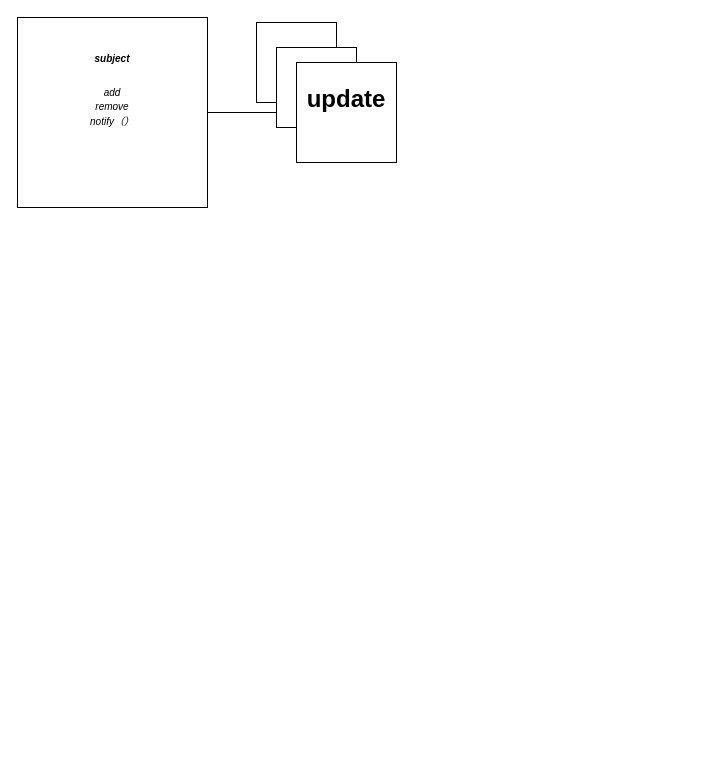
Above: public/未命名绘图.drawio in corn12138/material-kit-react (draw.io), before the change. Source tidied: cells renumbered, new cells numbered last; positions are measured from the earlier drawing's top-left corner, leaving out a move shared by most shapes. Both pictures are drawn from the tidied source at 100%, with x=0, y=0 at pixel (17, 17).
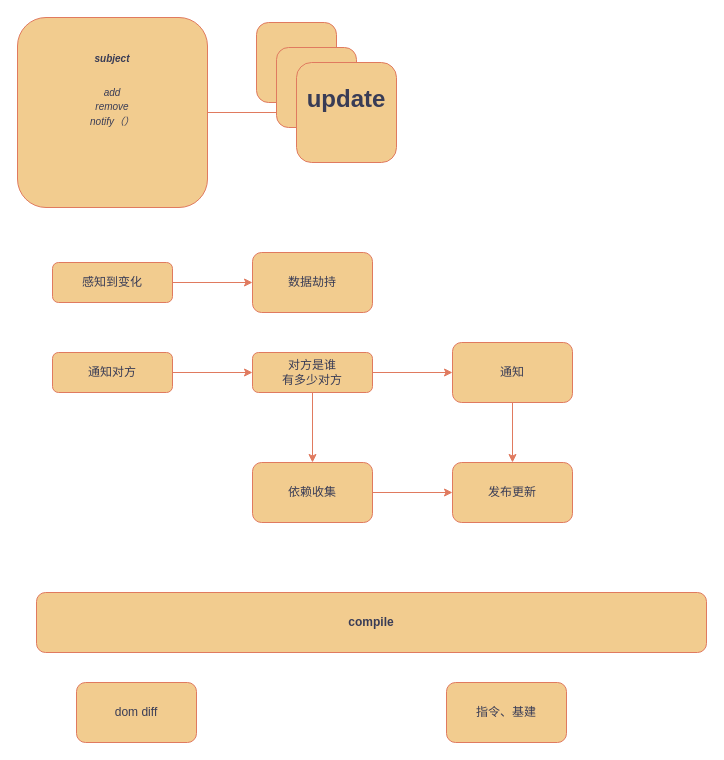
The same diagram, later.

Commit message (it also covers changes not shown here):
更新未命名绘图.drawio

Change to the diagram source:
```diff
@@
-    <mxCell id="2" style="edgeStyle=orthogonalEdgeStyle;rounded=0;jettySize=auto;html=1;" parent="1" edge="1" source="3" target="6">
+    <mxCell id="2" style="edgeStyle=orthogonalEdgeStyle;rounded=1;jettySize=auto;html=1;labelBackgroundColor=none;strokeColor=#E07A5F;fontColor=default;" parent="1" edge="1" source="3" target="6">
       <mxGeometry relative="1" as="geometry" />
     </mxCell>
-    <mxCell id="3" value="&lt;h1 style=&quot;&quot;&gt;&lt;font size=&quot;1&quot; style=&quot;&quot;&gt;&lt;i style=&quot;font-size: 10px;&quot;&gt;subject&lt;/i&gt;&lt;/font&gt;&lt;/h1&gt;&lt;div&gt;&lt;font size=&quot;1&quot; style=&quot;&quot;&gt;&lt;i style=&quot;font-size: 10px;&quot;&gt;add&lt;/i&gt;&lt;/font&gt;&lt;/div&gt;&lt;div&gt;&lt;font size=&quot;1&quot; style=&quot;&quot;&gt;&lt;i style=&quot;font-size: 10px;&quot;&gt;remove&lt;/i&gt;&lt;/font&gt;&lt;/div&gt;&lt;div&gt;&lt;font size=&quot;1&quot; style=&quot;&quot;&gt;&lt;i style=&quot;font-size: 10px;&quot;&gt;notify（）&lt;/i&gt;&lt;/font&gt;&lt;/div&gt;" style="whiteSpace=wrap;html=1;verticalAlign=top;align=center;" parent="1" vertex="1">
+    <mxCell id="3" value="&lt;h1 style=&quot;&quot;&gt;&lt;font size=&quot;1&quot; style=&quot;&quot;&gt;&lt;i style=&quot;font-size: 10px;&quot;&gt;subject&lt;/i&gt;&lt;/font&gt;&lt;/h1&gt;&lt;div&gt;&lt;font size=&quot;1&quot; style=&quot;&quot;&gt;&lt;i style=&quot;font-size: 10px;&quot;&gt;add&lt;/i&gt;&lt;/font&gt;&lt;/div&gt;&lt;div&gt;&lt;font size=&quot;1&quot; style=&quot;&quot;&gt;&lt;i style=&quot;font-size: 10px;&quot;&gt;remove&lt;/i&gt;&lt;/font&gt;&lt;/div&gt;&lt;div&gt;&lt;font size=&quot;1&quot; style=&quot;&quot;&gt;&lt;i style=&quot;font-size: 10px;&quot;&gt;notify（）&lt;/i&gt;&lt;/font&gt;&lt;/div&gt;" style="whiteSpace=wrap;html=1;verticalAlign=top;align=center;rounded=1;labelBackgroundColor=none;fillColor=#F2CC8F;strokeColor=#E07A5F;fontColor=#393C56;" parent="1" vertex="1">
       <mxGeometry width="190" height="190" as="geometry" />
     </mxCell>
-    <mxCell id="4" style="whiteSpace=wrap;html=1;" parent="1" vertex="1">
+    <mxCell id="4" style="whiteSpace=wrap;html=1;rounded=1;labelBackgroundColor=none;fillColor=#F2CC8F;strokeColor=#E07A5F;fontColor=#393C56;" parent="1" vertex="1">
       <mxGeometry x="239" y="5" width="80" height="80" as="geometry" />
     </mxCell>
-    <mxCell id="5" style="whiteSpace=wrap;html=1;" parent="1" vertex="1">
+    <mxCell id="5" style="whiteSpace=wrap;html=1;rounded=1;labelBackgroundColor=none;fillColor=#F2CC8F;strokeColor=#E07A5F;fontColor=#393C56;" parent="1" vertex="1">
       <mxGeometry x="259" y="30" width="80" height="80" as="geometry" />
     </mxCell>
-    <mxCell id="6" value="&lt;h1 style=&quot;&quot;&gt;update&lt;/h1&gt;" style="whiteSpace=wrap;html=1;verticalAlign=top;align=center;" parent="1" vertex="1">
+    <mxCell id="6" value="&lt;h1 style=&quot;&quot;&gt;update&lt;/h1&gt;" style="whiteSpace=wrap;html=1;verticalAlign=top;align=center;rounded=1;labelBackgroundColor=none;fillColor=#F2CC8F;strokeColor=#E07A5F;fontColor=#393C56;" parent="1" vertex="1">
       <mxGeometry x="279" y="45" width="100" height="100" as="geometry" />
     </mxCell>
+    <mxCell id="7" style="edgeStyle=orthogonalEdgeStyle;rounded=1;jettySize=auto;html=1;labelBackgroundColor=none;strokeColor=#E07A5F;fontColor=default;" parent="1" edge="1" source="8" target="9">
+      <mxGeometry relative="1" as="geometry" />
+    </mxCell>
+    <mxCell id="8" value="感知到变化" style="rounded=1;whiteSpace=wrap;html=1;labelBackgroundColor=none;fillColor=#F2CC8F;strokeColor=#E07A5F;fontColor=#393C56;" parent="1" vertex="1">
+      <mxGeometry x="35" y="245" width="120" height="40" as="geometry" />
+    </mxCell>
+    <mxCell id="9" value="数据劫持" style="whiteSpace=wrap;html=1;rounded=1;labelBackgroundColor=none;fillColor=#F2CC8F;strokeColor=#E07A5F;fontColor=#393C56;" parent="1" vertex="1">
+      <mxGeometry x="235" y="235" width="120" height="60" as="geometry" />
+    </mxCell>
+    <mxCell id="10" style="edgeStyle=orthogonalEdgeStyle;rounded=1;jettySize=auto;html=1;labelBackgroundColor=none;strokeColor=#E07A5F;fontColor=default;" parent="1" edge="1" source="11" target="14">
+      <mxGeometry relative="1" as="geometry" />
+    </mxCell>
+    <mxCell id="11" value="通知对方" style="rounded=1;whiteSpace=wrap;html=1;labelBackgroundColor=none;fillColor=#F2CC8F;strokeColor=#E07A5F;fontColor=#393C56;" parent="1" vertex="1">
+      <mxGeometry x="35" y="335" width="120" height="40" as="geometry" />
+    </mxCell>
+    <mxCell id="12" style="edgeStyle=orthogonalEdgeStyle;rounded=1;jettySize=auto;html=1;labelBackgroundColor=none;strokeColor=#E07A5F;fontColor=default;" parent="1" edge="1" source="14" target="16">
+      <mxGeometry relative="1" as="geometry" />
+    </mxCell>
+    <mxCell id="13" style="edgeStyle=orthogonalEdgeStyle;rounded=1;jettySize=auto;html=1;labelBackgroundColor=none;strokeColor=#E07A5F;fontColor=default;" parent="1" edge="1" source="14" target="18">
+      <mxGeometry relative="1" as="geometry" />
+    </mxCell>
+    <mxCell id="14" value="对方是谁&lt;div&gt;有多少对方&lt;/div&gt;" style="rounded=1;whiteSpace=wrap;html=1;labelBackgroundColor=none;fillColor=#F2CC8F;strokeColor=#E07A5F;fontColor=#393C56;" parent="1" vertex="1">
+      <mxGeometry x="235" y="335" width="120" height="40" as="geometry" />
+    </mxCell>
+    <mxCell id="15" style="edgeStyle=orthogonalEdgeStyle;rounded=1;jettySize=auto;html=1;labelBackgroundColor=none;strokeColor=#E07A5F;fontColor=default;" parent="1" edge="1" source="16" target="19">
+      <mxGeometry relative="1" as="geometry" />
+    </mxCell>
+    <mxCell id="16" value="通知" style="whiteSpace=wrap;html=1;rounded=1;labelBackgroundColor=none;fillColor=#F2CC8F;strokeColor=#E07A5F;fontColor=#393C56;" parent="1" vertex="1">
+      <mxGeometry x="435" y="325" width="120" height="60" as="geometry" />
+    </mxCell>
+    <mxCell id="17" style="edgeStyle=orthogonalEdgeStyle;rounded=1;jettySize=auto;html=1;labelBackgroundColor=none;strokeColor=#E07A5F;fontColor=default;" parent="1" edge="1" source="18" target="19">
+      <mxGeometry relative="1" as="geometry" />
+    </mxCell>
+    <mxCell id="18" value="依赖收集" style="whiteSpace=wrap;html=1;rounded=1;labelBackgroundColor=none;fillColor=#F2CC8F;strokeColor=#E07A5F;fontColor=#393C56;" parent="1" vertex="1">
+      <mxGeometry x="235" y="445" width="120" height="60" as="geometry" />
+    </mxCell>
+    <mxCell id="19" value="发布更新" style="whiteSpace=wrap;html=1;rounded=1;labelBackgroundColor=none;fillColor=#F2CC8F;strokeColor=#E07A5F;fontColor=#393C56;" parent="1" vertex="1">
+      <mxGeometry x="435" y="445" width="120" height="60" as="geometry" />
+    </mxCell>
+    <mxCell id="20" value="&lt;b&gt;compile&lt;/b&gt;" style="rounded=1;whiteSpace=wrap;html=1;labelBackgroundColor=none;fillColor=#F2CC8F;strokeColor=#E07A5F;fontColor=#393C56;" parent="1" vertex="1">
+      <mxGeometry x="19" y="575" width="670" height="60" as="geometry" />
+    </mxCell>
+    <mxCell id="21" value="dom diff" style="rounded=1;whiteSpace=wrap;html=1;labelBackgroundColor=none;fillColor=#F2CC8F;strokeColor=#E07A5F;fontColor=#393C56;" parent="1" vertex="1">
+      <mxGeometry x="59" y="665" width="120" height="60" as="geometry" />
+    </mxCell>
+    <mxCell id="22" value="指令、基建" style="rounded=1;whiteSpace=wrap;html=1;labelBackgroundColor=none;fillColor=#F2CC8F;strokeColor=#E07A5F;fontColor=#393C56;" parent="1" vertex="1">
+      <mxGeometry x="429" y="665" width="120" height="60" as="geometry" />
+    </mxCell>
```
